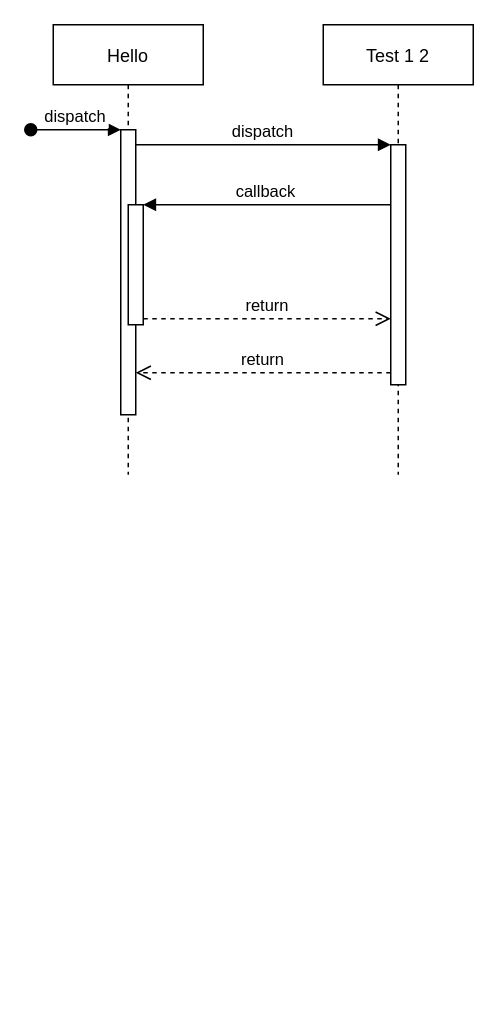
Above: Untitled Diagram.drawio in luxas/special-computing-machine (draw.io), before the change. Source tidied: cells renumbered, new cells numbered last; positions are measured from the earlier drawing's top-left corner, leaving out a move shared by most shapes. Both pictures are drawn from the tidied source at 150%, with x=0, y=0 at pixel (30, 24).
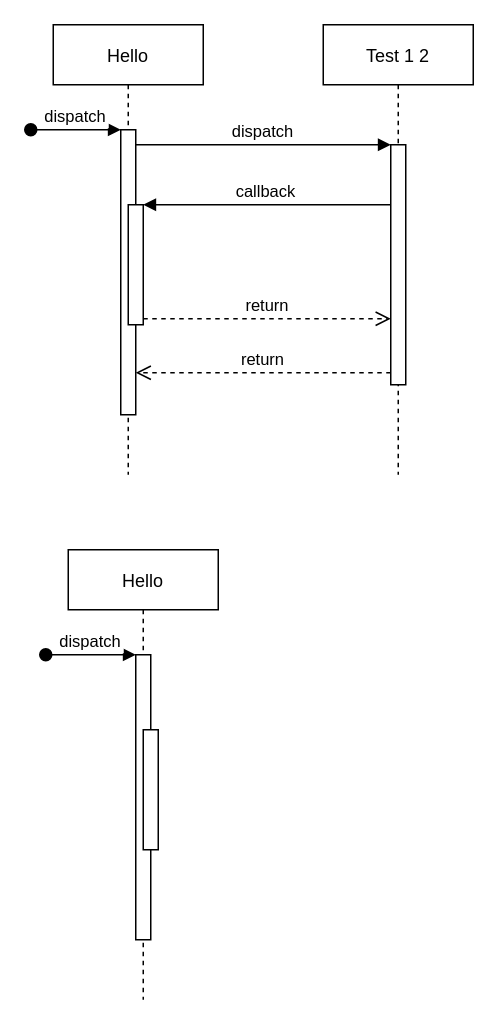
The same diagram, later.

Change to the diagram source:
```diff
@@
 <mxGraphModel>
   <root>
     <mxCell id="0" />
     <mxCell id="1" parent="0" />
     <mxCell id="2" value="Hello" style="shape=umlLifeline;perimeter=lifelinePerimeter;rounded=0;shadow=0;strokeWidth=1;" parent="1" vertex="1">
       <mxGeometry x="15" width="100" height="300" as="geometry" />
     </mxCell>
     <mxCell id="3" style="points=[];perimeter=orthogonalPerimeter;rounded=0;shadow=0;strokeWidth=1;" parent="2" vertex="1">
       <mxGeometry x="45" y="70" width="10" height="190" as="geometry" />
     </mxCell>
     <mxCell id="4" value="dispatch" style="verticalAlign=bottom;startArrow=oval;endArrow=block;startSize=8;shadow=0;strokeWidth=1;" parent="2" edge="1" target="3">
       <mxGeometry relative="1" as="geometry">
         <mxPoint x="-15" y="70" as="sourcePoint" />
       </mxGeometry>
     </mxCell>
     <mxCell id="5" style="points=[];perimeter=orthogonalPerimeter;rounded=0;shadow=0;strokeWidth=1;" parent="2" vertex="1">
       <mxGeometry x="50" y="120" width="10" height="80" as="geometry" />
     </mxCell>
     <mxCell id="6" value="Test 1 2" style="shape=umlLifeline;perimeter=lifelinePerimeter;rounded=0;shadow=0;strokeWidth=1;" parent="1" vertex="1">
       <mxGeometry x="195" width="100" height="300" as="geometry" />
     </mxCell>
     <mxCell id="7" style="points=[];perimeter=orthogonalPerimeter;rounded=0;shadow=0;strokeWidth=1;" parent="6" vertex="1">
       <mxGeometry x="45" y="80" width="10" height="160" as="geometry" />
     </mxCell>
     <mxCell id="8" value="return" style="verticalAlign=bottom;endArrow=open;dashed=1;endSize=8;exitX=0;exitY=0.95;shadow=0;strokeWidth=1;" parent="1" edge="1" source="7" target="3">
       <mxGeometry relative="1" as="geometry" />
     </mxCell>
     <mxCell id="9" value="dispatch" style="verticalAlign=bottom;endArrow=block;entryX=0;entryY=0;shadow=0;strokeWidth=1;" parent="1" edge="1" source="3" target="7">
       <mxGeometry relative="1" as="geometry" />
     </mxCell>
     <mxCell id="10" value="callback" style="verticalAlign=bottom;endArrow=block;entryX=1;entryY=0;shadow=0;strokeWidth=1;" parent="1" edge="1" source="7" target="5">
       <mxGeometry relative="1" as="geometry" />
     </mxCell>
     <mxCell id="11" value="return" style="verticalAlign=bottom;endArrow=open;dashed=1;endSize=8;exitX=1;exitY=0.95;shadow=0;strokeWidth=1;" parent="1" edge="1" source="5" target="7">
       <mxGeometry relative="1" as="geometry" />
     </mxCell>
+    <mxCell id="12" value="Hello" style="shape=umlLifeline;perimeter=lifelinePerimeter;rounded=0;shadow=0;strokeWidth=1;" parent="1" vertex="1">
+      <mxGeometry x="25" y="350" width="100" height="300" as="geometry" />
+    </mxCell>
+    <mxCell id="13" style="points=[];perimeter=orthogonalPerimeter;rounded=0;shadow=0;strokeWidth=1;" parent="12" vertex="1">
+      <mxGeometry x="45" y="70" width="10" height="190" as="geometry" />
+    </mxCell>
+    <mxCell id="14" value="dispatch" style="verticalAlign=bottom;startArrow=oval;endArrow=block;startSize=8;shadow=0;strokeWidth=1;" parent="12" edge="1" target="13">
+      <mxGeometry relative="1" as="geometry">
+        <mxPoint x="-15" y="70" as="sourcePoint" />
+      </mxGeometry>
+    </mxCell>
+    <mxCell id="15" style="perimeter=orthogonalPerimeter;rounded=0;shadow=0;strokeWidth=1;" parent="12" vertex="1">
+      <mxGeometry x="50" y="120" width="10" height="80" as="geometry" />
+    </mxCell>
   </root>
 </mxGraphModel>
```
